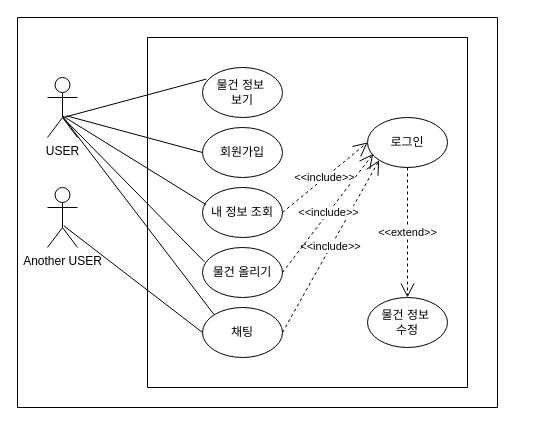
Above: Design/Functional model/중고거래플랫폼.drawio in wjdfo/softwareDesign (draw.io), before the change. Source tidied: cells renumbered, new cells numbered last; positions are measured from the earlier drawing's top-left corner, leaving out a move shared by most shapes. Both pictures are drawn from the tidied source at 100%, with x=0, y=0 at pixel (17, 17).
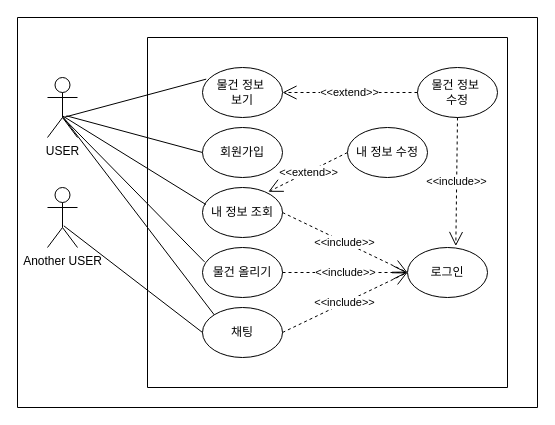
The same page after the edit.

Commit message (it also covers changes not shown here):
Docs: Functional model 수정

The change refers to these unchanged cells:
```xml
<mxCell id="5" value="내 정보 조회" style="ellipse;whiteSpace=wrap;html=1;" parent="1" vertex="1">
  <mxGeometry x="185" y="170" width="80" height="50" as="geometry" />
</mxCell>
<mxCell id="6" value="물건 올리기" style="ellipse;whiteSpace=wrap;html=1;" parent="1" vertex="1">
  <mxGeometry x="185" y="230" width="80" height="50" as="geometry" />
</mxCell>
<mxCell id="7" value="물건 정보&amp;nbsp;&lt;div&gt;보기&lt;/div&gt;" style="ellipse;whiteSpace=wrap;html=1;" parent="1" vertex="1">
  <mxGeometry x="185" y="50" width="80" height="50" as="geometry" />
</mxCell>
<mxCell id="8" value="채팅" style="ellipse;whiteSpace=wrap;html=1;" parent="1" vertex="1">
  <mxGeometry x="185" y="290" width="80" height="50" as="geometry" />
</mxCell>
```

Diff of the diagram source:
```diff
@@
     <mxCell id="2" style="verticalLabelPosition=bottom;verticalAlign=top;html=1;shape=mxgraph.basic.rect;fillColor2=none;strokeWidth=1;size=20;indent=5;" parent="1" vertex="1">
-      <mxGeometry width="480" height="390" as="geometry" />
+      <mxGeometry width="520" height="390" as="geometry" />
     </mxCell>
     <mxCell id="3" style="verticalLabelPosition=bottom;verticalAlign=top;html=1;shape=mxgraph.basic.rect;fillColor2=none;strokeWidth=1;size=20;indent=5;" parent="1" vertex="1">
-      <mxGeometry x="130" y="20" width="320" height="350" as="geometry" />
+      <mxGeometry x="130" y="20" width="360" height="350" as="geometry" />
     </mxCell>
@@
     <mxCell id="10" value="로그인" style="ellipse;whiteSpace=wrap;html=1;" parent="1" vertex="1">
-      <mxGeometry x="350" y="100" width="80" height="50" as="geometry" />
+      <mxGeometry x="390" y="230" width="80" height="50" as="geometry" />
     </mxCell>
     <mxCell id="11" value="물건 정보&amp;nbsp;&lt;div&gt;수정&lt;/div&gt;" style="ellipse;whiteSpace=wrap;html=1;" parent="1" vertex="1">
-      <mxGeometry x="350" y="280" width="80" height="50" as="geometry" />
+      <mxGeometry x="400" y="50" width="80" height="50" as="geometry" />
     </mxCell>
@@
-    <mxCell id="19" value="&amp;lt;&amp;lt;include&amp;gt;&amp;gt;" style="endArrow=open;endSize=12;dashed=1;html=1;rounded=0;exitX=1;exitY=0.5;exitDx=0;exitDy=0;entryX=0;entryY=1;entryDx=0;entryDy=0;" parent="1" edge="1" source="8" target="10">
+    <mxCell id="19" value="&amp;lt;&amp;lt;include&amp;gt;&amp;gt;" style="endArrow=open;endSize=12;dashed=1;html=1;rounded=0;exitX=1;exitY=0.5;exitDx=0;exitDy=0;entryX=0;entryY=0.5;entryDx=0;entryDy=0;" parent="1" edge="1" source="8" target="10">
       <mxGeometry relative="1" as="geometry" />
     </mxCell>
-    <mxCell id="20" value="&amp;lt;&amp;lt;include&amp;gt;&amp;gt;" style="endArrow=open;endSize=12;dashed=1;html=1;rounded=0;exitX=1;exitY=0.5;exitDx=0;exitDy=0;entryX=0.071;entryY=0.727;entryDx=0;entryDy=0;entryPerimeter=0;" parent="1" edge="1" source="6" target="10">
+    <mxCell id="20" value="&amp;lt;&amp;lt;include&amp;gt;&amp;gt;" style="endArrow=open;endSize=12;dashed=1;html=1;rounded=0;exitX=1;exitY=0.5;exitDx=0;exitDy=0;entryX=0;entryY=0.5;entryDx=0;entryDy=0;" parent="1" edge="1" source="6" target="10">
       <mxGeometry relative="1" as="geometry" />
     </mxCell>
@@
-    <mxCell id="22" value="&amp;lt;&amp;lt;extend&amp;gt;&amp;gt;" style="endArrow=open;endSize=12;dashed=1;html=1;rounded=0;entryX=0.5;entryY=0;entryDx=0;entryDy=0;exitX=0.5;exitY=1;exitDx=0;exitDy=0;" parent="1" edge="1" source="10" target="11">
-      <mxGeometry relative="1" as="geometry" />
-    </mxCell>
+    <mxCell id="23" value="&amp;lt;&amp;lt;extend&amp;gt;&amp;gt;" style="endArrow=open;endSize=12;dashed=1;html=1;rounded=0;entryX=0.823;entryY=0.086;entryDx=0;entryDy=0;entryPerimeter=0;exitX=0;exitY=0.5;exitDx=0;exitDy=0;" parent="1" edge="1" source="24" target="5">
+      <mxGeometry relative="1" as="geometry" />
+    </mxCell>
+    <mxCell id="24" value="내 정보 수정" style="ellipse;whiteSpace=wrap;html=1;" parent="1" vertex="1">
+      <mxGeometry x="330" y="110" width="80" height="50" as="geometry" />
+    </mxCell>
+    <mxCell id="25" value="&amp;lt;&amp;lt;include&amp;gt;&amp;gt;" style="endArrow=open;endSize=12;dashed=1;html=1;rounded=0;exitX=0.5;exitY=1;exitDx=0;exitDy=0;entryX=0.604;entryY=-0.029;entryDx=0;entryDy=0;entryPerimeter=0;" parent="1" edge="1" source="11" target="10">
+      <mxGeometry relative="1" as="geometry" />
+    </mxCell>
+    <mxCell id="26" value="&amp;lt;&amp;lt;extend&amp;gt;&amp;gt;" style="endArrow=open;endSize=12;dashed=1;html=1;rounded=0;entryX=1;entryY=0.5;entryDx=0;entryDy=0;exitX=0;exitY=0.5;exitDx=0;exitDy=0;" parent="1" edge="1" source="11" target="7">
+      <mxGeometry relative="1" as="geometry" />
+    </mxCell>
```
